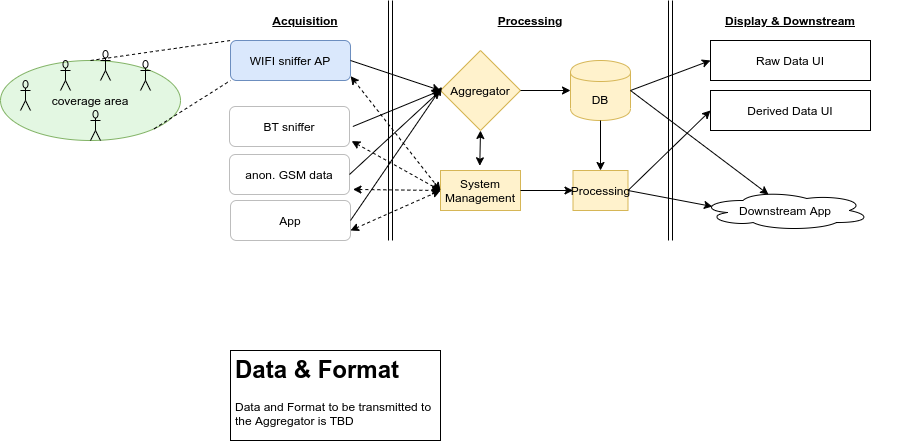
Above: tech overview.png in WVV-0012-72/StayOrGo.design (draw.io), before the change. Source tidied: cells renumbered, new cells last; positions are measured from the earlier drawing's top-left corner, leaving out a move shared by most shapes.
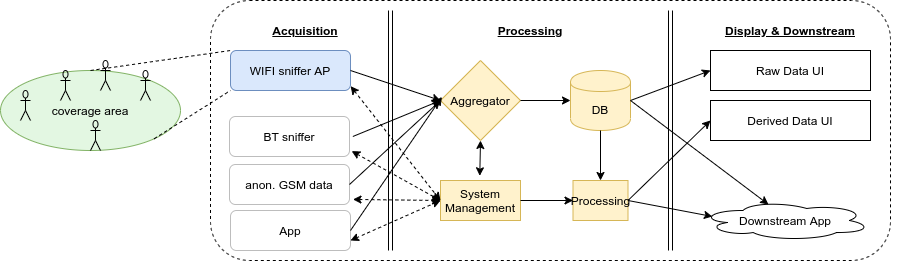
The same diagram one commit later.

Change to the diagram source:
```diff
@@ -2,6 +2,9 @@
   <root>
     <mxCell id="0" />
     <mxCell id="1" parent="0" />
+    <mxCell id="43" style="rounded=1;whiteSpace=wrap;html=1;dashed=1;" parent="1" vertex="1">
+      <mxGeometry x="210" y="-10" width="680" height="260" as="geometry" />
+    </mxCell>
     <mxCell id="2" value="&lt;b&gt;&lt;u&gt;Processing&lt;/u&gt;&lt;/b&gt;" style="text;html=1;strokeColor=none;fillColor=none;align=center;verticalAlign=middle;whiteSpace=wrap;rounded=0;" parent="1" vertex="1">
       <mxGeometry x="390" y="10" width="280" height="20" as="geometry" />
     </mxCell>
@@ -84,9 +87,6 @@
     <mxCell id="25" value="&lt;b&gt;&lt;u&gt;Display &amp;amp; Downstream&lt;/u&gt;&lt;/b&gt;" style="text;html=1;strokeColor=none;fillColor=none;align=center;verticalAlign=middle;whiteSpace=wrap;rounded=0;" parent="1" vertex="1">
       <mxGeometry x="670" y="10" width="240" height="20" as="geometry" />
     </mxCell>
-    <mxCell id="26" value="&lt;h1&gt;Data &amp;amp; Format&lt;/h1&gt;&lt;p&gt;Data and Format to be transmitted to the Aggregator is TBD&lt;/p&gt;" style="text;html=1;strokeColor=#000000;fillColor=#ffffff;spacing=5;spacingTop=-20;whiteSpace=wrap;overflow=hidden;rounded=0;" parent="1" vertex="1">
-      <mxGeometry x="230" y="350" width="210" height="90" as="geometry" />
-    </mxCell>
     <mxCell id="27" style="endArrow=classic;html=1;dashed=1;exitX=1.001;exitY=0.891;exitDx=0;exitDy=0;exitPerimeter=0;entryX=0;entryY=0.5;entryDx=0;entryDy=0;startArrow=classic;startFill=1;" parent="1" edge="1" source="3">
       <mxGeometry relative="1" as="geometry">
         <mxPoint x="440" y="190" as="targetPoint" />
```
